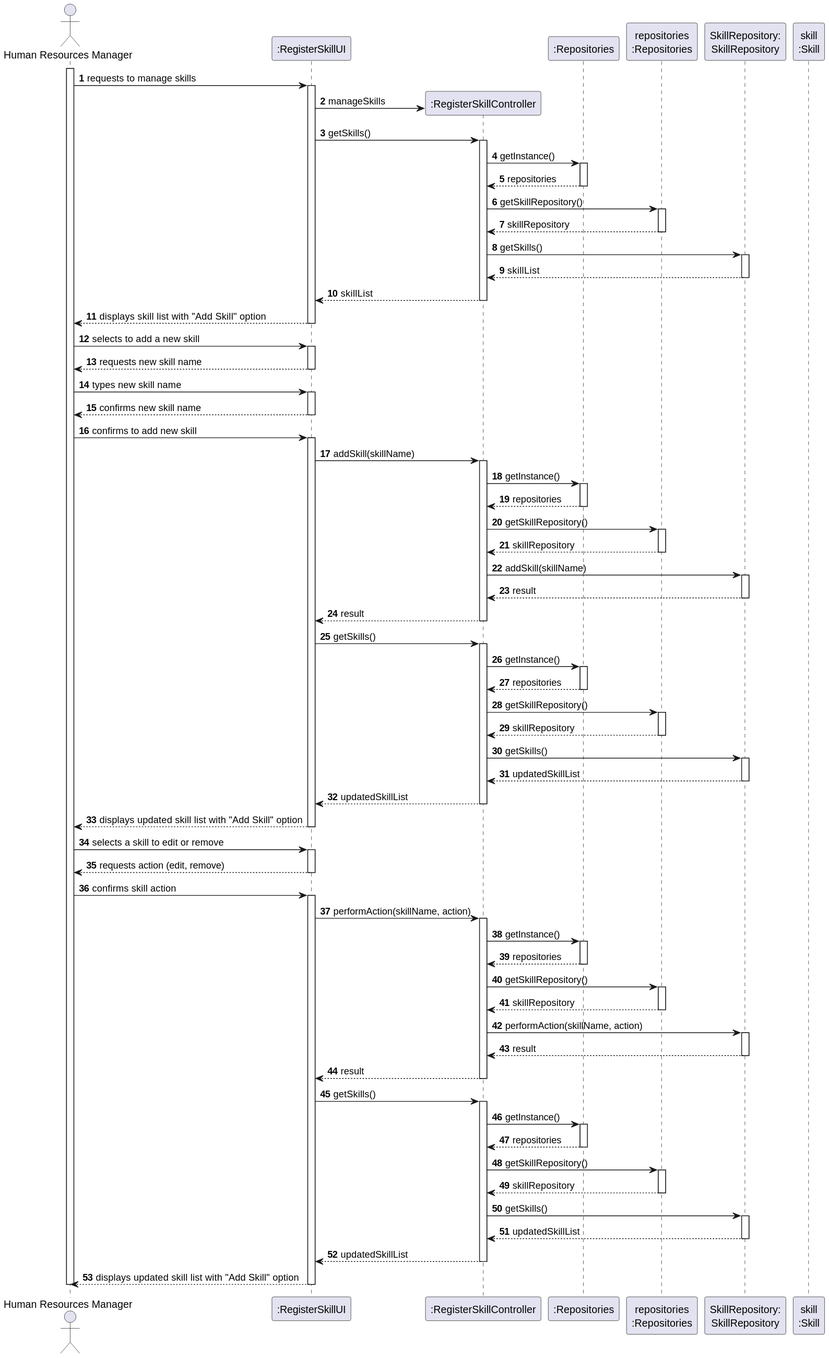
Before: docs/sprintB/us001/03.design/svg/us001-sequence-diagram-full.svg, a diagram exported from PlantUML (Departamento-de-Engenharia-Informatica/greenspace-management).
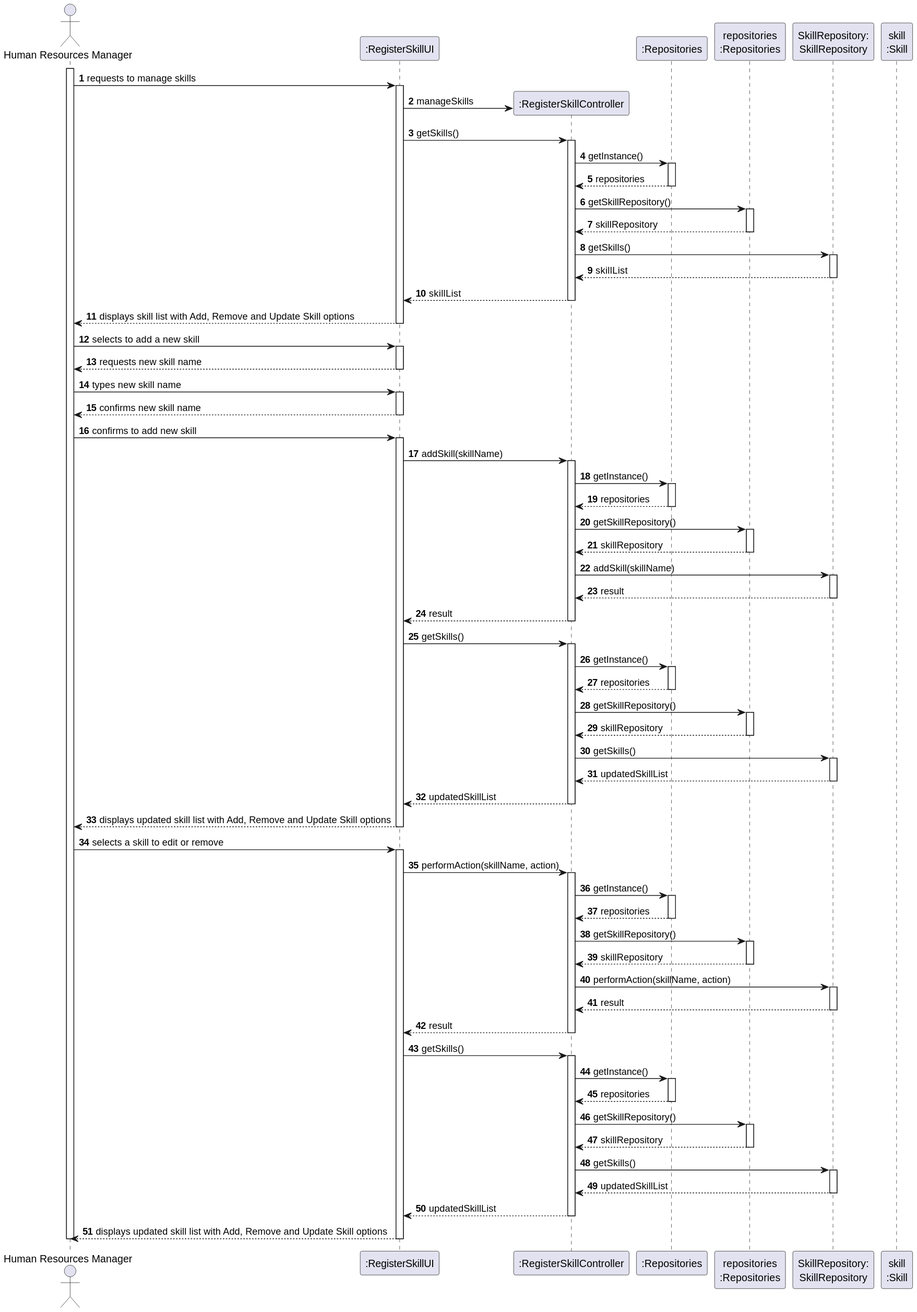
Later version of the same file.

The edit, as a diff of the source:
```diff
@@ -44,7 +44,7 @@
             CTRL --> UI : skillList
         deactivate CTRL
 
-        UI --> ADM : displays skill list with "Add Skill" option
+        UI --> ADM : displays skill list with Add, Remove and Update Skill options
     deactivate UI
 
     ADM -> UI : selects to add a new skill
@@ -110,16 +110,10 @@
             CTRL --> UI : updatedSkillList
         deactivate CTRL
 
-        UI --> ADM : displays updated skill list with "Add Skill" option
+        UI --> ADM : displays updated skill list with Add, Remove and Update Skill options
     deactivate UI
 
     ADM -> UI : selects a skill to edit or remove
-    activate UI
-
-        UI --> ADM : requests action (edit, remove)
-    deactivate UI
-
-    ADM -> UI : confirms skill action
     activate UI
 
         UI -> CTRL : performAction(skillName, action)
@@ -170,7 +164,7 @@
             CTRL --> UI : updatedSkillList
         deactivate CTRL
 
-        UI --> ADM : displays updated skill list with "Add Skill" option
+        UI --> ADM : displays updated skill list with Add, Remove and Update Skill options
     deactivate UI
 
 deactivate ADM
```
